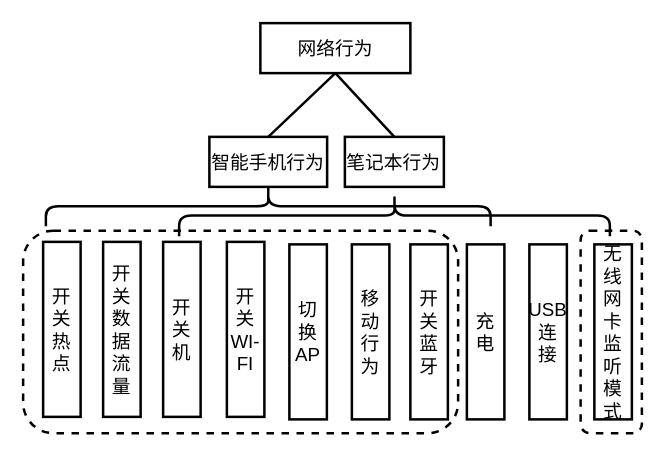
Above: page "终端行为列举" (2 of 5) of 移动互联网场景图.drawio in Icarus1994/neutron_conf (draw.io), before the change. Source tidied: cells renumbered, new cells numbered last; positions are measured from the earlier drawing's top-left corner, leaving out a move shared by most shapes. Both pictures are drawn from the tidied source at 125%, with x=0, y=0 at pixel (22, -18).
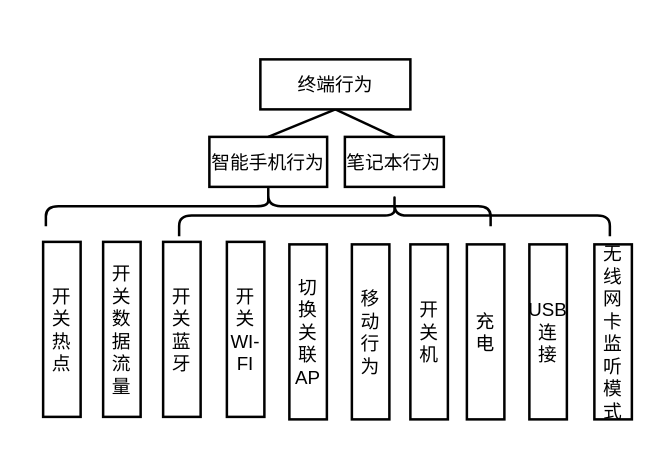
The same diagram, later.

Change to the diagram source:
```diff
@@
-    <mxCell id="2" style="rounded=1;whiteSpace=wrap;html=1;dashed=1;strokeColor=#000000;strokeWidth=2;fillColor=none;fontSize=15;" parent="1" vertex="1">
-      <mxGeometry y="198" width="348" height="162" as="geometry" />
-    </mxCell>
@@
-    <mxCell id="5" value="&lt;font style=&quot;font-size: 15px;&quot;&gt;网络行为&lt;/font&gt;" style="rounded=0;whiteSpace=wrap;html=1;strokeWidth=2;fontSize=15;" parent="1" vertex="1">
-      <mxGeometry x="189.8" y="32" width="120" height="40" as="geometry" />
+    <mxCell id="5" value="&lt;font style=&quot;font-size: 15px&quot;&gt;终端行为&lt;/font&gt;" style="rounded=0;whiteSpace=wrap;html=1;strokeWidth=2;fontSize=15;" parent="1" vertex="1">
+      <mxGeometry x="189.8" y="61" width="120" height="40" as="geometry" />
     </mxCell>
@@
-    <mxCell id="7" value="&lt;font style=&quot;font-size: 15px&quot;&gt;开关机&lt;/font&gt;" style="rounded=0;whiteSpace=wrap;html=1;strokeWidth=2;fillColor=none;" parent="1" vertex="1">
+    <mxCell id="7" value="&lt;font style=&quot;font-size: 15px&quot;&gt;开关蓝牙&lt;/font&gt;" style="rounded=0;whiteSpace=wrap;html=1;strokeWidth=2;fillColor=none;" parent="1" vertex="1">
       <mxGeometry x="112" y="207" width="30" height="140" as="geometry" />
     </mxCell>
@@
-    <mxCell id="12" value="&lt;span style=&quot;font-size: 15px&quot;&gt;切换AP&lt;/span&gt;" style="rounded=0;whiteSpace=wrap;html=1;strokeWidth=2;fillColor=none;" parent="1" vertex="1">
+    <mxCell id="12" value="&lt;span style=&quot;font-size: 15px&quot;&gt;切换关联AP&lt;/span&gt;" style="rounded=0;whiteSpace=wrap;html=1;strokeWidth=2;fillColor=none;" parent="1" vertex="1">
       <mxGeometry x="213" y="209" width="30" height="140" as="geometry" />
     </mxCell>
@@
-    <mxCell id="14" value="&lt;span style=&quot;font-size: 15px&quot;&gt;开关蓝牙&lt;/span&gt;" style="rounded=0;whiteSpace=wrap;html=1;strokeWidth=2;" parent="1" vertex="1">
+    <mxCell id="14" value="&lt;span style=&quot;font-size: 15px&quot;&gt;开关机&lt;/span&gt;" style="rounded=0;whiteSpace=wrap;html=1;strokeWidth=2;" parent="1" vertex="1">
       <mxGeometry x="309.8" y="209" width="30" height="140" as="geometry" />
     </mxCell>
@@
-    <mxCell id="20" style="rounded=1;whiteSpace=wrap;html=1;dashed=1;strokeColor=#000000;strokeWidth=2;fillColor=none;fontSize=15;" parent="1" vertex="1">
-      <mxGeometry x="446" y="198" width="49" height="162" as="geometry" />
-    </mxCell>
```
